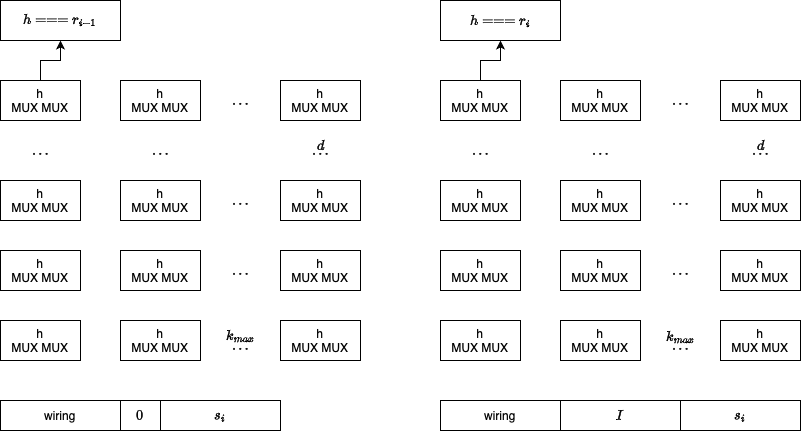
Earlier version of the draw.io export pic/smt-circuit.drawio.png (unicitynetwork/nd-smt). Source tidied: cells renumbered, new cells last; positions are measured from the earlier drawing's top-left corner, leaving out a move shared by most shapes.
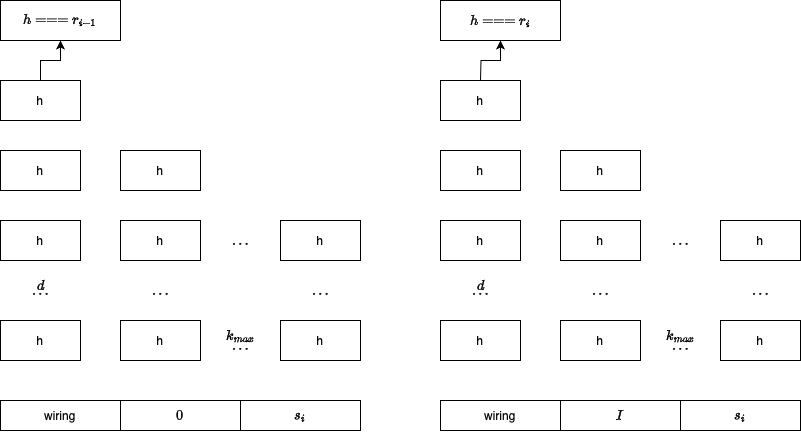
Later version of the same file.

What changed in the source:
```diff
@@ -2,126 +2,56 @@
   <root>
     <mxCell id="0" />
     <mxCell id="1" parent="0" />
-    <mxCell id="2" value="h&lt;div&gt;MUX MUX&lt;/div&gt;" style="rounded=0;whiteSpace=wrap;html=1;" parent="1" vertex="1">
+    <mxCell id="2" value="h" style="rounded=0;whiteSpace=wrap;html=1;" parent="1" vertex="1">
       <mxGeometry y="320" width="80" height="40" as="geometry" />
     </mxCell>
-    <mxCell id="3" value="h&lt;div&gt;MUX MUX&lt;/div&gt;" style="rounded=0;whiteSpace=wrap;html=1;" parent="1" vertex="1">
+    <mxCell id="3" value="h" style="rounded=0;whiteSpace=wrap;html=1;" parent="1" vertex="1">
       <mxGeometry x="120" y="320" width="80" height="40" as="geometry" />
     </mxCell>
-    <mxCell id="4" value="h&lt;div&gt;MUX MUX&lt;/div&gt;" style="rounded=0;whiteSpace=wrap;html=1;" parent="1" vertex="1">
+    <mxCell id="4" value="h" style="rounded=0;whiteSpace=wrap;html=1;" parent="1" vertex="1">
       <mxGeometry x="280" y="320" width="80" height="40" as="geometry" />
     </mxCell>
     <mxCell id="5" value="$$\dots$$" style="text;html=1;align=center;verticalAlign=middle;strokeColor=none;fillColor=none;" parent="1" vertex="1">
       <mxGeometry x="200" y="330" width="80" height="30" as="geometry" />
     </mxCell>
-    <mxCell id="6" value="h&lt;div&gt;MUX MUX&lt;/div&gt;" style="rounded=0;whiteSpace=wrap;html=1;" parent="1" vertex="1">
-      <mxGeometry y="250" width="80" height="40" as="geometry" />
+    <mxCell id="6" value="h" style="rounded=0;whiteSpace=wrap;html=1;" parent="1" vertex="1">
+      <mxGeometry y="220" width="80" height="40" as="geometry" />
     </mxCell>
-    <mxCell id="7" value="h&lt;div&gt;MUX MUX&lt;/div&gt;" style="rounded=0;whiteSpace=wrap;html=1;" parent="1" vertex="1">
-      <mxGeometry x="120" y="250" width="80" height="40" as="geometry" />
+    <mxCell id="7" value="h" style="rounded=0;whiteSpace=wrap;html=1;" parent="1" vertex="1">
+      <mxGeometry x="120" y="220" width="80" height="40" as="geometry" />
     </mxCell>
-    <mxCell id="8" value="h&lt;div&gt;MUX MUX&lt;/div&gt;" style="rounded=0;whiteSpace=wrap;html=1;" parent="1" vertex="1">
-      <mxGeometry x="280" y="250" width="80" height="40" as="geometry" />
+    <mxCell id="8" value="h" style="rounded=0;whiteSpace=wrap;html=1;" parent="1" vertex="1">
+      <mxGeometry x="280" y="220" width="80" height="40" as="geometry" />
     </mxCell>
     <mxCell id="9" value="$$\dots$$" style="text;html=1;align=center;verticalAlign=middle;strokeColor=none;fillColor=none;" parent="1" vertex="1">
-      <mxGeometry x="200" y="255" width="80" height="30" as="geometry" />
+      <mxGeometry x="200" y="225" width="80" height="30" as="geometry" />
     </mxCell>
     <mxCell id="10" style="edgeStyle=orthogonalEdgeStyle;rounded=0;jettySize=auto;html=1;" parent="1" edge="1" source="11" target="42">
       <mxGeometry relative="1" as="geometry" />
     </mxCell>
-    <mxCell id="11" value="h&lt;div&gt;MUX MUX&lt;/div&gt;" style="rounded=0;whiteSpace=wrap;html=1;" parent="1" vertex="1">
+    <mxCell id="11" value="h" style="rounded=0;whiteSpace=wrap;html=1;" parent="1" vertex="1">
       <mxGeometry y="80" width="80" height="40" as="geometry" />
     </mxCell>
-    <mxCell id="12" value="h&lt;div&gt;MUX MUX&lt;/div&gt;" style="rounded=0;whiteSpace=wrap;html=1;" parent="1" vertex="1">
-      <mxGeometry x="120" y="80" width="80" height="40" as="geometry" />
-    </mxCell>
-    <mxCell id="13" value="h&lt;div&gt;MUX MUX&lt;/div&gt;" style="rounded=0;whiteSpace=wrap;html=1;" parent="1" vertex="1">
-      <mxGeometry x="280" y="80" width="80" height="40" as="geometry" />
-    </mxCell>
-    <mxCell id="14" value="$$\dots$$" style="text;html=1;align=center;verticalAlign=middle;strokeColor=none;fillColor=none;" parent="1" vertex="1">
-      <mxGeometry x="200" y="85" width="80" height="30" as="geometry" />
-    </mxCell>
-    <mxCell id="15" value="h&lt;div&gt;MUX MUX&lt;/div&gt;" style="rounded=0;whiteSpace=wrap;html=1;" parent="1" vertex="1">
-      <mxGeometry y="180" width="80" height="40" as="geometry" />
+    <mxCell id="15" value="h" style="rounded=0;whiteSpace=wrap;html=1;" parent="1" vertex="1">
+      <mxGeometry y="150" width="80" height="40" as="geometry" />
     </mxCell>
-    <mxCell id="16" value="h&lt;div&gt;MUX MUX&lt;/div&gt;" style="rounded=0;whiteSpace=wrap;html=1;" parent="1" vertex="1">
-      <mxGeometry x="120" y="180" width="80" height="40" as="geometry" />
+    <mxCell id="16" value="h" style="rounded=0;whiteSpace=wrap;html=1;" parent="1" vertex="1">
+      <mxGeometry x="120" y="150" width="80" height="40" as="geometry" />
     </mxCell>
-    <mxCell id="17" value="h&lt;div&gt;MUX MUX&lt;/div&gt;" style="rounded=0;whiteSpace=wrap;html=1;" parent="1" vertex="1">
-      <mxGeometry x="280" y="180" width="80" height="40" as="geometry" />
-    </mxCell>
-    <mxCell id="18" value="$$\dots$$" style="text;html=1;align=center;verticalAlign=middle;strokeColor=none;fillColor=none;" parent="1" vertex="1">
-      <mxGeometry x="200" y="185" width="80" height="30" as="geometry" />
-    </mxCell>
     <mxCell id="19" value="$$\dots$$" style="text;html=1;align=center;verticalAlign=middle;strokeColor=none;fillColor=none;" parent="1" vertex="1">
-      <mxGeometry y="135" width="80" height="30" as="geometry" />
+      <mxGeometry y="275" width="80" height="30" as="geometry" />
     </mxCell>
     <mxCell id="20" value="$$\dots$$" style="text;html=1;align=center;verticalAlign=middle;strokeColor=none;fillColor=none;" parent="1" vertex="1">
-      <mxGeometry x="120" y="135" width="80" height="30" as="geometry" />
+      <mxGeometry x="120" y="275" width="80" height="30" as="geometry" />
     </mxCell>
     <mxCell id="21" value="$$\dots$$" style="text;html=1;align=center;verticalAlign=middle;strokeColor=none;fillColor=none;" parent="1" vertex="1">
-      <mxGeometry x="280" y="135" width="80" height="30" as="geometry" />
+      <mxGeometry x="280" y="275" width="80" height="30" as="geometry" />
     </mxCell>
-    <mxCell id="22" value="h&lt;div&gt;MUX MUX&lt;/div&gt;" style="rounded=0;whiteSpace=wrap;html=1;" parent="1" vertex="1">
-      <mxGeometry x="440" y="320" width="80" height="40" as="geometry" />
-    </mxCell>
-    <mxCell id="23" value="h&lt;div&gt;MUX MUX&lt;/div&gt;" style="rounded=0;whiteSpace=wrap;html=1;" parent="1" vertex="1">
-      <mxGeometry x="560" y="320" width="80" height="40" as="geometry" />
-    </mxCell>
-    <mxCell id="24" value="h&lt;div&gt;MUX MUX&lt;/div&gt;" style="rounded=0;whiteSpace=wrap;html=1;" parent="1" vertex="1">
-      <mxGeometry x="720" y="320" width="80" height="40" as="geometry" />
-    </mxCell>
-    <mxCell id="25" value="$$\dots$$" style="text;html=1;align=center;verticalAlign=middle;strokeColor=none;fillColor=none;" parent="1" vertex="1">
-      <mxGeometry x="640" y="330" width="80" height="30" as="geometry" />
-    </mxCell>
-    <mxCell id="26" value="h&lt;div&gt;MUX MUX&lt;/div&gt;" style="rounded=0;whiteSpace=wrap;html=1;" parent="1" vertex="1">
-      <mxGeometry x="440" y="250" width="80" height="40" as="geometry" />
-    </mxCell>
-    <mxCell id="27" value="h&lt;div&gt;MUX MUX&lt;/div&gt;" style="rounded=0;whiteSpace=wrap;html=1;" parent="1" vertex="1">
-      <mxGeometry x="560" y="250" width="80" height="40" as="geometry" />
-    </mxCell>
-    <mxCell id="28" value="h&lt;div&gt;MUX MUX&lt;/div&gt;" style="rounded=0;whiteSpace=wrap;html=1;" parent="1" vertex="1">
-      <mxGeometry x="720" y="250" width="80" height="40" as="geometry" />
-    </mxCell>
-    <mxCell id="29" value="$$\dots$$" style="text;html=1;align=center;verticalAlign=middle;strokeColor=none;fillColor=none;" parent="1" vertex="1">
-      <mxGeometry x="640" y="255" width="80" height="30" as="geometry" />
-    </mxCell>
-    <mxCell id="30" style="edgeStyle=orthogonalEdgeStyle;rounded=0;jettySize=auto;html=1;" parent="1" edge="1" source="31" target="43">
-      <mxGeometry relative="1" as="geometry" />
+    <mxCell id="30" style="edgeStyle=orthogonalEdgeStyle;rounded=0;jettySize=auto;html=1;" parent="1" edge="1" target="43">
+      <mxGeometry relative="1" as="geometry">
+        <mxPoint x="480" y="80" as="sourcePoint" />
+      </mxGeometry>
     </mxCell>
-    <mxCell id="31" value="h&lt;div&gt;MUX MUX&lt;/div&gt;" style="rounded=0;whiteSpace=wrap;html=1;" parent="1" vertex="1">
-      <mxGeometry x="440" y="80" width="80" height="40" as="geometry" />
-    </mxCell>
-    <mxCell id="32" value="h&lt;div&gt;MUX MUX&lt;/div&gt;" style="rounded=0;whiteSpace=wrap;html=1;" parent="1" vertex="1">
-      <mxGeometry x="560" y="80" width="80" height="40" as="geometry" />
-    </mxCell>
-    <mxCell id="33" value="h&lt;div&gt;MUX MUX&lt;/div&gt;" style="rounded=0;whiteSpace=wrap;html=1;" parent="1" vertex="1">
-      <mxGeometry x="720" y="80" width="80" height="40" as="geometry" />
-    </mxCell>
-    <mxCell id="34" value="$$\dots$$" style="text;html=1;align=center;verticalAlign=middle;strokeColor=none;fillColor=none;" parent="1" vertex="1">
-      <mxGeometry x="640" y="85" width="80" height="30" as="geometry" />
-    </mxCell>
-    <mxCell id="35" value="h&lt;div&gt;MUX MUX&lt;/div&gt;" style="rounded=0;whiteSpace=wrap;html=1;" parent="1" vertex="1">
-      <mxGeometry x="440" y="180" width="80" height="40" as="geometry" />
-    </mxCell>
-    <mxCell id="36" value="h&lt;div&gt;MUX MUX&lt;/div&gt;" style="rounded=0;whiteSpace=wrap;html=1;" parent="1" vertex="1">
-      <mxGeometry x="560" y="180" width="80" height="40" as="geometry" />
-    </mxCell>
-    <mxCell id="37" value="h&lt;div&gt;MUX MUX&lt;/div&gt;" style="rounded=0;whiteSpace=wrap;html=1;" parent="1" vertex="1">
-      <mxGeometry x="720" y="180" width="80" height="40" as="geometry" />
-    </mxCell>
-    <mxCell id="38" value="$$\dots$$" style="text;html=1;align=center;verticalAlign=middle;strokeColor=none;fillColor=none;" parent="1" vertex="1">
-      <mxGeometry x="640" y="185" width="80" height="30" as="geometry" />
-    </mxCell>
-    <mxCell id="39" value="$$\dots$$" style="text;html=1;align=center;verticalAlign=middle;strokeColor=none;fillColor=none;" parent="1" vertex="1">
-      <mxGeometry x="440" y="135" width="80" height="30" as="geometry" />
-    </mxCell>
-    <mxCell id="40" value="$$\dots$$" style="text;html=1;align=center;verticalAlign=middle;strokeColor=none;fillColor=none;" parent="1" vertex="1">
-      <mxGeometry x="560" y="135" width="80" height="30" as="geometry" />
-    </mxCell>
-    <mxCell id="41" value="$$\dots$$" style="text;html=1;align=center;verticalAlign=middle;strokeColor=none;fillColor=none;" parent="1" vertex="1">
-      <mxGeometry x="720" y="135" width="80" height="30" as="geometry" />
-    </mxCell>
     <mxCell id="42" value="$$h === r_{i-1}$$" style="rounded=0;whiteSpace=wrap;html=1;" parent="1" vertex="1">
       <mxGeometry width="120" height="40" as="geometry" />
     </mxCell>
@@ -131,11 +61,8 @@
     <mxCell id="44" value="wiring" style="rounded=0;whiteSpace=wrap;html=1;" parent="1" vertex="1">
       <mxGeometry y="400" width="120" height="30" as="geometry" />
     </mxCell>
-    <mxCell id="45" value="$$0$$" style="rounded=0;whiteSpace=wrap;html=1;" parent="1" vertex="1">
-      <mxGeometry x="120" y="400" width="40" height="30" as="geometry" />
-    </mxCell>
     <mxCell id="46" value="$$s_{i}$$" style="rounded=0;whiteSpace=wrap;html=1;" parent="1" vertex="1">
-      <mxGeometry x="160" y="400" width="120" height="30" as="geometry" />
+      <mxGeometry x="240" y="400" width="120" height="30" as="geometry" />
     </mxCell>
     <mxCell id="47" value="wiring" style="rounded=0;whiteSpace=wrap;html=1;" parent="1" vertex="1">
       <mxGeometry x="440" y="400" width="120" height="30" as="geometry" />
@@ -149,14 +76,59 @@
     <mxCell id="50" value="$$k_{max}$$" style="text;html=1;align=center;verticalAlign=middle;strokeColor=none;fillColor=none;" parent="1" vertex="1">
       <mxGeometry x="195" y="320" width="90" height="30" as="geometry" />
     </mxCell>
+    <mxCell id="53" value="$$d$$" style="text;html=1;align=center;verticalAlign=middle;strokeColor=none;fillColor=none;" parent="1" vertex="1">
+      <mxGeometry x="10" y="270" width="60" height="30" as="geometry" />
+    </mxCell>
+    <mxCell id="54" value="h" style="rounded=0;whiteSpace=wrap;html=1;" parent="1" vertex="1">
+      <mxGeometry x="440" y="320" width="80" height="40" as="geometry" />
+    </mxCell>
+    <mxCell id="55" value="h" style="rounded=0;whiteSpace=wrap;html=1;" parent="1" vertex="1">
+      <mxGeometry x="560" y="320" width="80" height="40" as="geometry" />
+    </mxCell>
+    <mxCell id="56" value="h" style="rounded=0;whiteSpace=wrap;html=1;" parent="1" vertex="1">
+      <mxGeometry x="720" y="320" width="80" height="40" as="geometry" />
+    </mxCell>
+    <mxCell id="25" value="$$\dots$$" style="text;html=1;align=center;verticalAlign=middle;strokeColor=none;fillColor=none;" parent="1" vertex="1">
+      <mxGeometry x="640" y="330" width="80" height="30" as="geometry" />
+    </mxCell>
+    <mxCell id="57" value="h" style="rounded=0;whiteSpace=wrap;html=1;" parent="1" vertex="1">
+      <mxGeometry x="440" y="220" width="80" height="40" as="geometry" />
+    </mxCell>
+    <mxCell id="58" value="h" style="rounded=0;whiteSpace=wrap;html=1;" parent="1" vertex="1">
+      <mxGeometry x="560" y="220" width="80" height="40" as="geometry" />
+    </mxCell>
+    <mxCell id="59" value="h" style="rounded=0;whiteSpace=wrap;html=1;" parent="1" vertex="1">
+      <mxGeometry x="720" y="220" width="80" height="40" as="geometry" />
+    </mxCell>
+    <mxCell id="60" value="$$\dots$$" style="text;html=1;align=center;verticalAlign=middle;strokeColor=none;fillColor=none;" parent="1" vertex="1">
+      <mxGeometry x="640" y="225" width="80" height="30" as="geometry" />
+    </mxCell>
+    <mxCell id="61" value="h" style="rounded=0;whiteSpace=wrap;html=1;" parent="1" vertex="1">
+      <mxGeometry x="440" y="80" width="80" height="40" as="geometry" />
+    </mxCell>
+    <mxCell id="62" value="h" style="rounded=0;whiteSpace=wrap;html=1;" parent="1" vertex="1">
+      <mxGeometry x="440" y="150" width="80" height="40" as="geometry" />
+    </mxCell>
+    <mxCell id="63" value="h" style="rounded=0;whiteSpace=wrap;html=1;" parent="1" vertex="1">
+      <mxGeometry x="560" y="150" width="80" height="40" as="geometry" />
+    </mxCell>
+    <mxCell id="64" value="$$\dots$$" style="text;html=1;align=center;verticalAlign=middle;strokeColor=none;fillColor=none;" parent="1" vertex="1">
+      <mxGeometry x="440" y="275" width="80" height="30" as="geometry" />
+    </mxCell>
+    <mxCell id="65" value="$$\dots$$" style="text;html=1;align=center;verticalAlign=middle;strokeColor=none;fillColor=none;" parent="1" vertex="1">
+      <mxGeometry x="560" y="275" width="80" height="30" as="geometry" />
+    </mxCell>
+    <mxCell id="66" value="$$\dots$$" style="text;html=1;align=center;verticalAlign=middle;strokeColor=none;fillColor=none;" parent="1" vertex="1">
+      <mxGeometry x="720" y="275" width="80" height="30" as="geometry" />
+    </mxCell>
     <mxCell id="51" value="$$k_{max}$$" style="text;html=1;align=center;verticalAlign=middle;strokeColor=none;fillColor=none;" parent="1" vertex="1">
-      <mxGeometry x="635" y="321" width="90" height="30" as="geometry" />
+      <mxGeometry x="635" y="320" width="90" height="30" as="geometry" />
     </mxCell>
     <mxCell id="52" value="$$d$$" style="text;html=1;align=center;verticalAlign=middle;strokeColor=none;fillColor=none;" parent="1" vertex="1">
-      <mxGeometry x="730" y="130" width="60" height="30" as="geometry" />
+      <mxGeometry x="450" y="270" width="60" height="30" as="geometry" />
     </mxCell>
-    <mxCell id="53" value="$$d$$" style="text;html=1;align=center;verticalAlign=middle;strokeColor=none;fillColor=none;" parent="1" vertex="1">
-      <mxGeometry x="290" y="130" width="60" height="30" as="geometry" />
-    </mxCell>
+    <mxCell id="45" value="$$0$$" style="rounded=0;whiteSpace=wrap;html=1;" parent="1" vertex="1">
+      <mxGeometry x="120" y="400" width="120" height="30" as="geometry" />
+    </mxCell>
   </root>
 </mxGraphModel>
```
